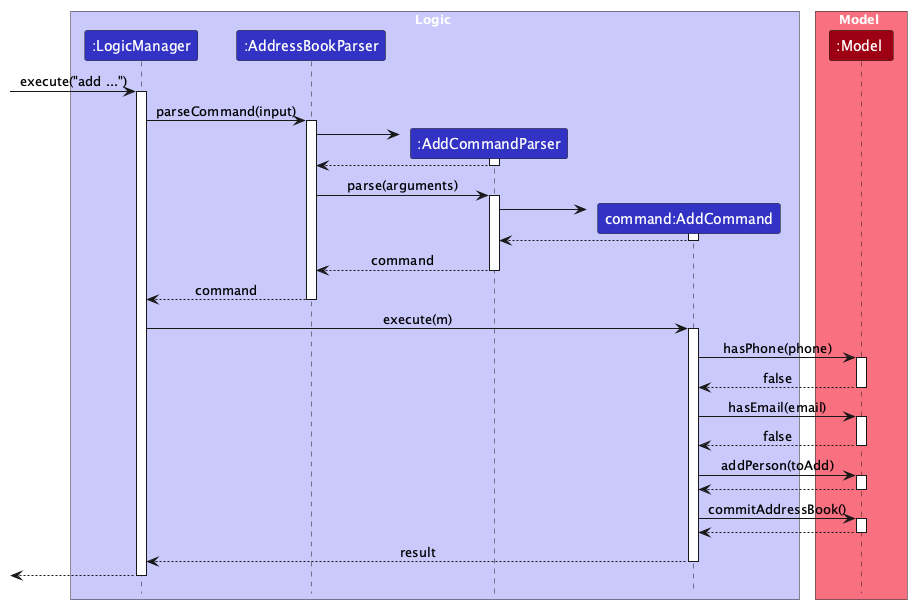
This is docs/images/AddSequenceDiagram.png from AY2627S1-CS2103T-F11-1/tp, a PlantUML export, as it was before one commit.
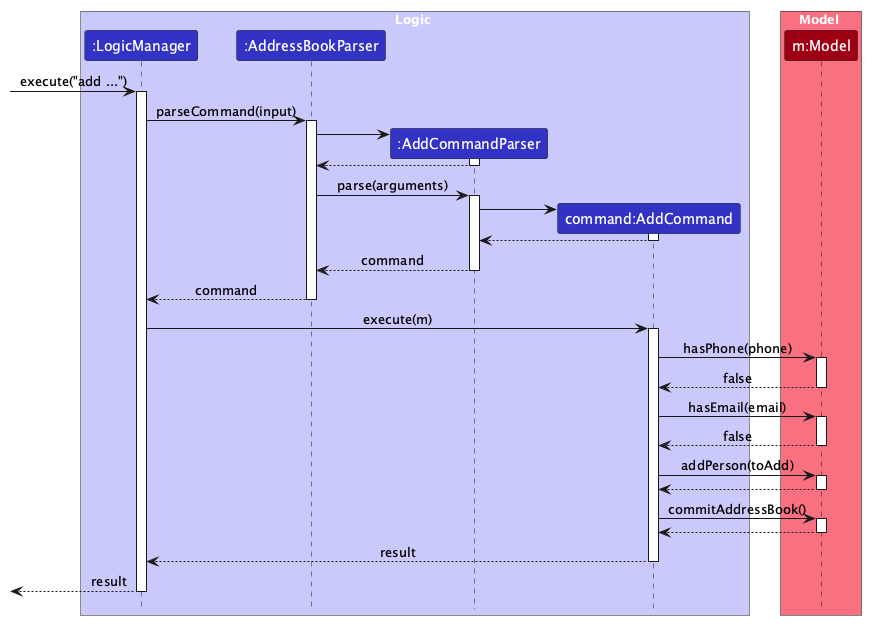
Later version of the same file.

Change to the diagram source:
```diff
@@ -10,7 +10,7 @@
 end box
 
 box Model MODEL_COLOR_T1
-participant ":Model" as Model MODEL_COLOR
+participant "m:Model" as Model MODEL_COLOR
 end box
 
 [-> LogicManager : execute("add ...")
@@ -76,6 +76,6 @@
 AddCommand --> LogicManager : result
 deactivate AddCommand
 
-[<--LogicManager
+[<--LogicManager : result
 deactivate LogicManager
 @enduml
```
